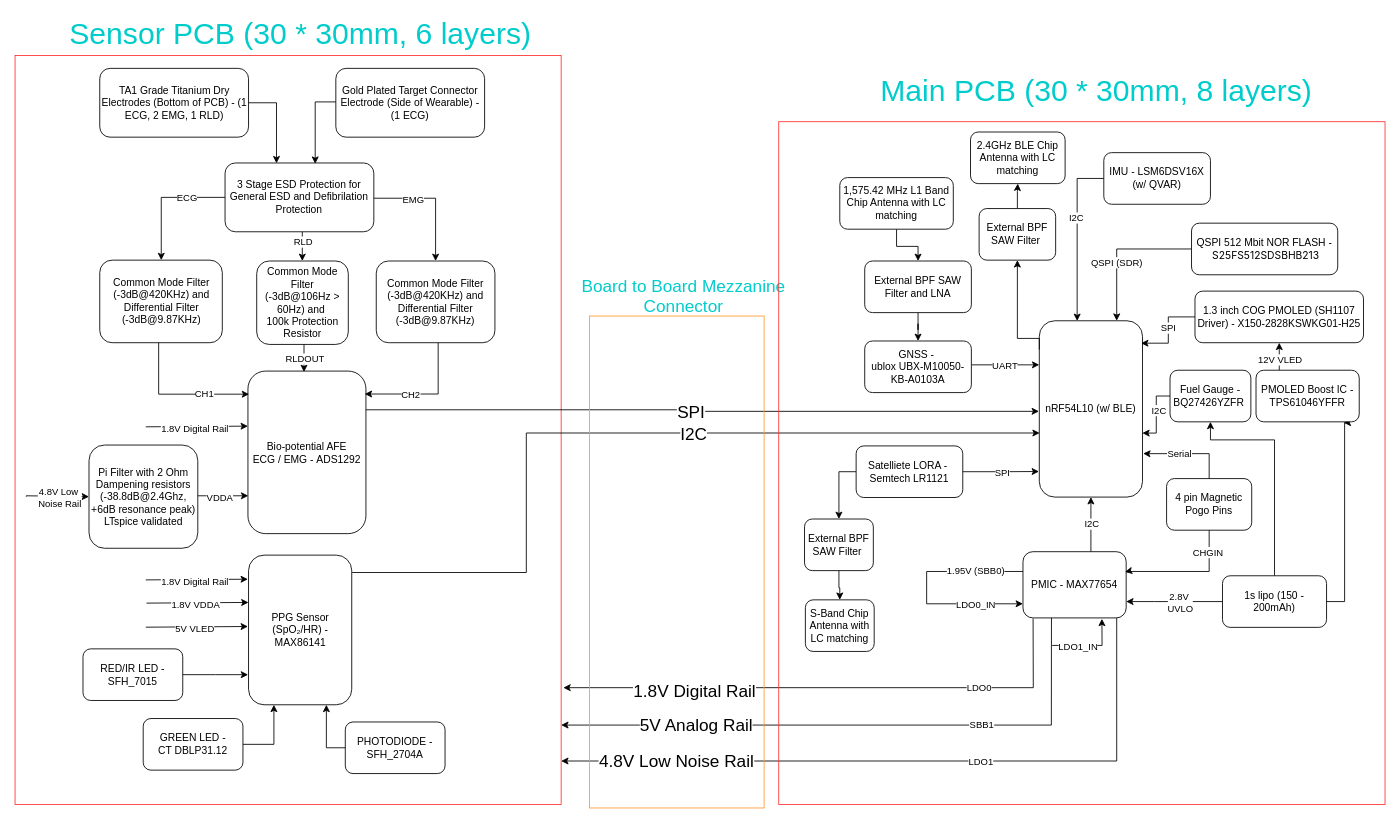
This is Design Docs/Wearable BioNode.drawio from gugan73715/Wearable-BioNode, a draw.io file, before an edit. Source tidied: cells renumbered, new cells numbered last; positions are measured from the earlier drawing's top-left corner, leaving out a move shared by most shapes. Both pictures are drawn from the tidied source at 86%, with x=0, y=0 at pixel (15, 20).
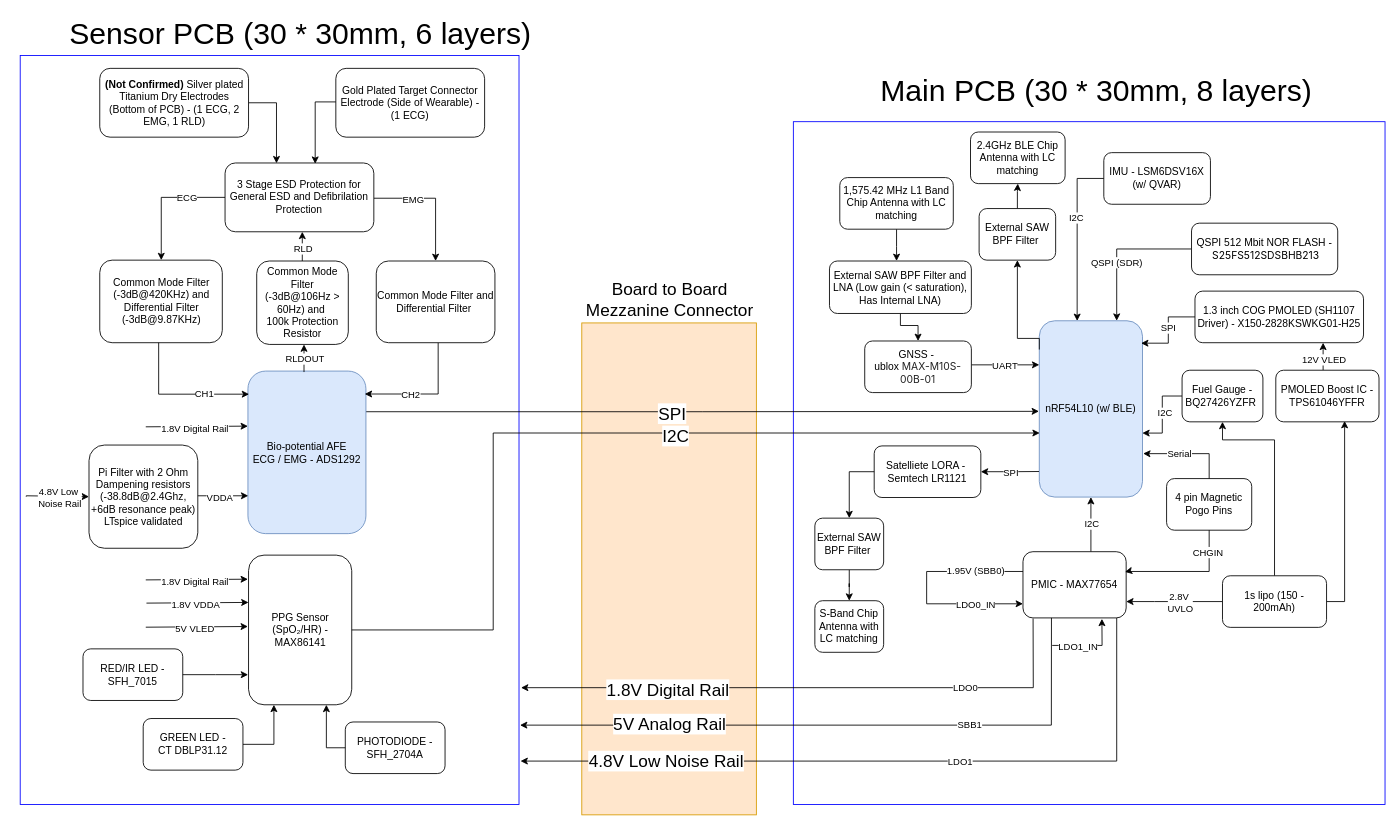
The same diagram, later.

Unchanged cells that the change refers to:
```xml
<mxCell id="6" value="PPG Sensor (SpO₂/HR) - MAX86141" style="rounded=1;whiteSpace=wrap;html=1;" parent="1" vertex="1">
  <mxGeometry x="271.5" y="622" width="120" height="174" as="geometry" />
</mxCell>
<mxCell id="14" value="1.3 inch COG PMOLED (SH1107 Driver) -&amp;nbsp;X150-2828KSWKG01-H25" style="rounded=1;whiteSpace=wrap;html=1;" parent="1" vertex="1">
  <mxGeometry x="1372" y="315" width="196" height="60" as="geometry" />
</mxCell>
<mxCell id="20" style="edgeStyle=elbowEdgeStyle;rounded=0;jettySize=auto;html=1;exitX=0.098;exitY=1.01;exitDx=0;exitDy=0;entryX=1.004;entryY=0.844;entryDx=0;entryDy=0;entryPerimeter=0;exitPerimeter=0;" parent="1" edge="1" source="28" target="2">
  <mxGeometry relative="1" as="geometry">
    <Array as="points">
      <mxPoint x="1184" y="737" />
    </Array>
  </mxGeometry>
</mxCell>
<mxCell id="28" value="PMIC - MAX77654" style="rounded=1;whiteSpace=wrap;html=1;" parent="1" vertex="1">
  <mxGeometry x="1172" y="618" width="120" height="77" as="geometry" />
</mxCell>
<mxCell id="33" value="1s lipo (150 - 200mAh)" style="rounded=1;whiteSpace=wrap;html=1;" parent="1" vertex="1">
  <mxGeometry x="1404" y="646" width="121" height="60" as="geometry" />
</mxCell>
<mxCell id="48" value="3 Stage ESD Protection for General ESD and Defibrilation Protection" style="rounded=1;whiteSpace=wrap;html=1;" parent="1" vertex="1">
  <mxGeometry x="244.2" y="166" width="173" height="80" as="geometry" />
</mxCell>
<mxCell id="53" value="Common Mode Filter (-3dB@106Hz &amp;gt; 60Hz) and&amp;nbsp;&lt;div&gt;100k Protection Resistor&lt;/div&gt;" style="rounded=1;whiteSpace=wrap;html=1;" parent="1" vertex="1">
  <mxGeometry x="281" y="280" width="106.5" height="97" as="geometry" />
</mxCell>
<mxCell id="100" value="1,575.42 MHz L1 Band Chip Antenna with LC matching" style="rounded=1;whiteSpace=wrap;html=1;" parent="1" vertex="1">
  <mxGeometry x="959" y="183" width="132" height="60" as="geometry" />
</mxCell>
```

What changed in the source:
```diff
@@
+    <mxCell id="114" style="rounded=0;whiteSpace=wrap;html=1;fillColor=#ffe6cc;fontSize=21;strokeColor=#d79b00;" parent="1" vertex="1">
+      <mxGeometry x="659" y="352" width="203" height="572" as="geometry" />
+    </mxCell>
+    <mxCell id="113" style="rounded=0;whiteSpace=wrap;html=1;fillColor=none;strokeColor=light-dark(#0000FF,#FFCC99);labelBorderColor=none;labelBackgroundColor=default;" parent="1" vertex="1">
+      <mxGeometry x="905" y="118" width="688" height="794" as="geometry" />
+    </mxCell>
-    <mxCell id="2" style="rounded=0;whiteSpace=wrap;html=1;fillColor=none;strokeColor=light-dark(#FF3333,#FFCC99);" parent="1" vertex="1">
-      <mxGeometry y="41" width="635" height="871" as="geometry" />
+    <mxCell id="2" style="rounded=0;whiteSpace=wrap;html=1;fillColor=none;strokeColor=light-dark(#0000FF,#FFCC99);" parent="1" vertex="1">
+      <mxGeometry x="6" y="41" width="580" height="871" as="geometry" />
     </mxCell>
-    <mxCell id="3" style="edgeStyle=elbowEdgeStyle;rounded=0;orthogonalLoop=1;jettySize=auto;html=1;entryX=-0.003;entryY=0.6;entryDx=0;entryDy=0;entryPerimeter=0;" parent="1" edge="1">
+    <mxCell id="3" style="edgeStyle=elbowEdgeStyle;rounded=0;jettySize=auto;html=1;entryX=-0.003;entryY=0.6;entryDx=0;entryDy=0;entryPerimeter=0;exitX=1;exitY=0.25;exitDx=0;exitDy=0;" parent="1" edge="1" source="5">
       <mxGeometry relative="1" as="geometry">
-        <mxPoint x="408" y="453" as="sourcePoint" />
         <mxPoint x="1190.6" y="454.8" as="targetPoint" />
       </mxGeometry>
     </mxCell>
     <mxCell id="4" value="SPI" style="edgeLabel;html=1;align=center;verticalAlign=middle;fontSize=20;" parent="3" vertex="1">
-      <mxGeometry x="-0.04" y="-1" relative="1" as="geometry" />
+      <mxGeometry x="-0.04" y="-1" relative="1" as="geometry">
+        <mxPoint x="-21" as="offset" />
+      </mxGeometry>
     </mxCell>
-    <mxCell id="5" value="Bio-potential AFE&lt;div&gt;ECG / EMG -&amp;nbsp;ADS1292&lt;/div&gt;" style="rounded=1;whiteSpace=wrap;html=1;" parent="1" vertex="1">
+    <mxCell id="5" value="Bio-potential AFE&lt;div&gt;ECG / EMG -&amp;nbsp;ADS1292&lt;/div&gt;" style="rounded=1;whiteSpace=wrap;html=1;fillColor=#dae8fc;strokeColor=#6c8ebf;" parent="1" vertex="1">
       <mxGeometry x="270.8" y="408" width="137.2" height="189" as="geometry" />
     </mxCell>
@@
-    <mxCell id="8" value="TA1 Grade Titanium Dry Electrodes (Bottom of PCB) - (1 ECG, 2 EMG, 1 RLD)" style="rounded=1;whiteSpace=wrap;html=1;" parent="1" vertex="1">
+    <mxCell id="8" value="&lt;b&gt;(Not Confirmed) &lt;/b&gt;Silver plated Titanium Dry Electrodes (Bottom of PCB) - (1 ECG, 2 EMG, 1 RLD)" style="rounded=1;whiteSpace=wrap;html=1;" parent="1" vertex="1">
       <mxGeometry x="98.5" y="56" width="173" height="80" as="geometry" />
     </mxCell>
-    <mxCell id="9" value="nRF54L10 (w/ BLE)" style="rounded=1;whiteSpace=wrap;html=1;" parent="1" vertex="1">
+    <mxCell id="9" value="nRF54L10 (w/ BLE)" style="rounded=1;whiteSpace=wrap;html=1;fillColor=#dae8fc;strokeColor=#6c8ebf;" parent="1" vertex="1">
       <mxGeometry x="1191" y="349.5" width="120" height="205" as="geometry" />
     </mxCell>
@@
     <mxCell id="21" value="1.8V Digital Rail" style="edgeLabel;html=1;align=center;verticalAlign=middle;fontSize=20;" parent="20" vertex="1">
       <mxGeometry x="0.76" y="1" relative="1" as="geometry">
-        <mxPoint x="77" y="1" as="offset" />
+        <mxPoint x="89" as="offset" />
       </mxGeometry>
     </mxCell>
@@
-    <mxCell id="23" style="edgeStyle=elbowEdgeStyle;rounded=0;orthogonalLoop=1;jettySize=auto;html=1;exitX=0.999;exitY=0.797;exitDx=0;exitDy=0;exitPerimeter=0;entryX=1.005;entryY=0.94;entryDx=0;entryDy=0;entryPerimeter=0;" parent="1" edge="1">
+    <mxCell id="23" style="edgeStyle=elbowEdgeStyle;rounded=0;jettySize=auto;html=1;exitX=0.999;exitY=0.797;exitDx=0;exitDy=0;exitPerimeter=0;entryX=1.003;entryY=0.942;entryDx=0;entryDy=0;entryPerimeter=0;" parent="1" edge="1" target="2">
       <mxGeometry relative="1" as="geometry">
         <mxPoint x="1209.7" y="679" as="sourcePoint" />
-        <mxPoint x="635" y="861.4" as="targetPoint" />
         <Array as="points">
           <mxPoint x="1281" y="771" />
         </Array>
       </mxGeometry>
     </mxCell>
     <mxCell id="24" value="4.8V Low Noise Rail" style="edgeLabel;html=1;align=center;verticalAlign=middle;fontSize=20;" parent="23" vertex="1">
       <mxGeometry x="0.29" y="-1" relative="1" as="geometry">
-        <mxPoint x="-186" as="offset" />
+        <mxPoint x="-167" as="offset" />
       </mxGeometry>
     </mxCell>
@@
-    <mxCell id="31" style="edgeStyle=elbowEdgeStyle;rounded=0;jettySize=auto;html=1;" parent="1" edge="1" source="33">
+    <mxCell id="31" style="edgeStyle=elbowEdgeStyle;rounded=0;jettySize=auto;html=1;entryX=0.665;entryY=0.983;entryDx=0;entryDy=0;entryPerimeter=0;" parent="1" edge="1" source="33" target="36">
       <mxGeometry relative="1" as="geometry">
-        <mxPoint x="1545" y="468" as="targetPoint" />
         <Array as="points">
           <mxPoint x="1546" y="562" />
         </Array>
       </mxGeometry>
     </mxCell>
     <mxCell id="32" style="edgeStyle=orthogonalEdgeStyle;rounded=0;jettySize=auto;html=1;entryX=0.5;entryY=1;entryDx=0;entryDy=0;" parent="1" edge="1" source="33" target="57">
       <mxGeometry relative="1" as="geometry">
         <Array as="points">
           <mxPoint x="1465" y="488" />
-          <mxPoint x="1390" y="488" />
+          <mxPoint x="1404" y="488" />
         </Array>
       </mxGeometry>
     </mxCell>
@@
-    <mxCell id="34" style="edgeStyle=elbowEdgeStyle;rounded=0;jettySize=auto;html=1;entryX=0.5;entryY=1;entryDx=0;entryDy=0;" parent="1" edge="1" source="36" target="14">
-      <mxGeometry relative="1" as="geometry" />
+    <mxCell id="34" style="edgeStyle=elbowEdgeStyle;rounded=0;orthogonalLoop=1;jettySize=auto;html=1;entryX=0.5;entryY=1;entryDx=0;entryDy=0;" parent="1" edge="1">
+      <mxGeometry relative="1" as="geometry">
+        <mxPoint x="1521" y="407" as="sourcePoint" />
+        <mxPoint x="1521" y="375" as="targetPoint" />
+      </mxGeometry>
     </mxCell>
@@
     <mxCell id="36" value="PMOLED Boost IC -TPS61046YFFR" style="rounded=1;whiteSpace=wrap;html=1;" parent="1" vertex="1">
-      <mxGeometry x="1443" y="407" width="120" height="60" as="geometry" />
+      <mxGeometry x="1466" y="407" width="120" height="60" as="geometry" />
     </mxCell>
@@
-    <mxCell id="44" style="edgeStyle=elbowEdgeStyle;rounded=0;jettySize=auto;html=1;entryX=0.5;entryY=0;entryDx=0;entryDy=0;" parent="1" edge="1" source="48" target="53">
+    <mxCell id="44" style="edgeStyle=elbowEdgeStyle;rounded=0;jettySize=auto;html=1;entryX=0.5;entryY=0;entryDx=0;entryDy=0;startArrow=classic;startFill=1;endArrow=none;endFill=0;" parent="1" edge="1" source="48" target="53">
       <mxGeometry relative="1" as="geometry" />
     </mxCell>
     <mxCell id="45" value="RLD" style="edgeLabel;html=1;align=center;verticalAlign=middle;" parent="44" vertex="1">
-      <mxGeometry x="-0.37" relative="1" as="geometry" />
+      <mxGeometry x="-0.37" relative="1" as="geometry">
+        <mxPoint y="8" as="offset" />
+      </mxGeometry>
     </mxCell>
@@
-    <mxCell id="52" value="Common Mode Filter (-3dB@420KHz) and Differential Filter (-3dB@9.87KHz)" style="rounded=1;whiteSpace=wrap;html=1;" parent="1" vertex="1">
+    <mxCell id="52" value="Common Mode Filter and Differential Filter&amp;nbsp;" style="rounded=1;whiteSpace=wrap;html=1;" parent="1" vertex="1">
       <mxGeometry x="420" y="280" width="138" height="95" as="geometry" />
     </mxCell>
@@
     <mxCell id="57" value="Fuel Gauge -&lt;div&gt;BQ27426YZFR&lt;span style=&quot;background-color: transparent; color: light-dark(rgb(0, 0, 0), rgb(255, 255, 255));&quot;&gt;&amp;nbsp;&lt;/span&gt;&lt;/div&gt;" style="rounded=1;whiteSpace=wrap;html=1;" parent="1" vertex="1">
-      <mxGeometry x="1343" y="407" width="94" height="60" as="geometry" />
+      <mxGeometry x="1357" y="407" width="94" height="60" as="geometry" />
     </mxCell>
-    <mxCell id="58" style="edgeStyle=elbowEdgeStyle;rounded=0;orthogonalLoop=1;jettySize=auto;html=1;elbow=horizontal;exitX=1;exitY=0.25;exitDx=0;exitDy=0;entryX=0;entryY=0.75;entryDx=0;entryDy=0;" parent="1" edge="1">
+    <mxCell id="58" style="edgeStyle=elbowEdgeStyle;rounded=0;jettySize=auto;html=1;elbow=horizontal;exitX=1;exitY=0.5;exitDx=0;exitDy=0;entryX=0;entryY=0.75;entryDx=0;entryDy=0;" parent="1" edge="1" source="6">
       <mxGeometry relative="1" as="geometry">
-        <mxPoint x="392" y="642.2" as="sourcePoint" />
         <mxPoint x="1191.5" y="480" as="targetPoint" />
         <Array as="points">
-          <mxPoint x="594.5" y="517.8" />
+          <mxPoint x="556" y="594" />
         </Array>
       </mxGeometry>
     </mxCell>
     <mxCell id="59" value="I2C" style="edgeLabel;html=1;align=center;verticalAlign=middle;fontSize=20;" parent="58" vertex="1">
       <mxGeometry x="0.11" y="3" relative="1" as="geometry">
-        <mxPoint x="25" y="3" as="offset" />
+        <mxPoint x="34" y="5" as="offset" />
       </mxGeometry>
     </mxCell>
@@
-    <mxCell id="68" style="edgeStyle=elbowEdgeStyle;rounded=0;jettySize=auto;html=1;entryX=0.475;entryY=0.006;entryDx=0;entryDy=0;entryPerimeter=0;" parent="1" edge="1" source="53" target="5">
+    <mxCell id="68" style="edgeStyle=elbowEdgeStyle;rounded=0;jettySize=auto;html=1;entryX=0.475;entryY=0.006;entryDx=0;entryDy=0;entryPerimeter=0;startArrow=classic;startFill=1;endArrow=none;endFill=0;" parent="1" edge="1" source="53" target="5">
       <mxGeometry relative="1" as="geometry" />
     </mxCell>
@@
-    <mxCell id="72" style="edgeStyle=elbowEdgeStyle;rounded=0;jettySize=auto;html=1;entryX=1.007;entryY=0.883;entryDx=0;entryDy=0;entryPerimeter=0;exitX=0.276;exitY=1;exitDx=0;exitDy=0;exitPerimeter=0;" parent="1" edge="1" source="28">
+    <mxCell id="72" style="edgeStyle=elbowEdgeStyle;rounded=0;jettySize=auto;html=1;entryX=1.002;entryY=0.894;entryDx=0;entryDy=0;entryPerimeter=0;exitX=0.276;exitY=1;exitDx=0;exitDy=0;exitPerimeter=0;" parent="1" edge="1" source="28" target="2">
       <mxGeometry relative="1" as="geometry">
-        <mxPoint x="635" y="819.6" as="targetPoint" />
         <Array as="points">
           <mxPoint x="1205" y="768" />
         </Array>
       </mxGeometry>
     </mxCell>
     <mxCell id="73" value="5V Analog Rail" style="edgeLabel;html=1;align=center;verticalAlign=middle;fontSize=20;" parent="72" vertex="1">
       <mxGeometry x="-0.1" relative="1" as="geometry">
-        <mxPoint x="-225" y="-1" as="offset" />
+        <mxPoint x="-235" y="-2" as="offset" />
       </mxGeometry>
     </mxCell>
@@
-    <mxCell id="82" value="GNSS -&amp;nbsp;&lt;div&gt;ublox UBX-M10050-KB-A0103A&lt;/div&gt;" style="rounded=1;whiteSpace=wrap;html=1;" parent="1" vertex="1">
+    <mxCell id="82" value="&lt;font&gt;GNSS -&amp;nbsp;&lt;/font&gt;&lt;div&gt;&lt;font&gt;ublox&amp;nbsp;&lt;span style=&quot;background-color: rgb(255, 255, 255); color: rgb(34, 34, 34); font-family: Inter, &amp;quot;Microsoft YaHei&amp;quot;, PingFangSC, PingFangSC-Semibold, notosans; text-align: start;&quot;&gt;&lt;font style=&quot;&quot;&gt;MAX-M10S-00B-01&lt;/font&gt;&lt;/span&gt;&lt;/font&gt;&lt;/div&gt;" style="rounded=1;whiteSpace=wrap;html=1;fontSize=12;" parent="1" vertex="1">
       <mxGeometry x="988" y="373" width="124" height="60" as="geometry" />
     </mxCell>
-    <mxCell id="83" value="Main PCB (30 * 30mm, 8 layers)" style="text;html=1;whiteSpace=wrap;strokeColor=none;fillColor=none;align=center;verticalAlign=middle;rounded=0;fontSize=35;fontColor=#00CCCC;" parent="1" vertex="1">
+    <mxCell id="83" value="Main PCB (30 * 30mm, 8 layers)" style="text;html=1;whiteSpace=wrap;strokeColor=none;fillColor=none;align=center;verticalAlign=middle;rounded=0;fontSize=35;fontColor=#000000;" parent="1" vertex="1">
       <mxGeometry x="1001" y="67" width="513" height="30" as="geometry" />
     </mxCell>
-    <mxCell id="84" value="Sensor PCB (30 * 30mm, 6 layers)" style="text;html=1;whiteSpace=wrap;strokeColor=none;fillColor=none;align=center;verticalAlign=middle;rounded=0;fontSize=35;fontColor=#00CCCC;" parent="1" vertex="1">
+    <mxCell id="84" value="Sensor PCB (30 * 30mm, 6 layers)" style="text;html=1;whiteSpace=wrap;strokeColor=none;fillColor=none;align=center;verticalAlign=middle;rounded=0;fontSize=35;fontColor=#000000;" parent="1" vertex="1">
       <mxGeometry x="14.5" width="634" height="30" as="geometry" />
     </mxCell>
@@
-    <mxCell id="92" style="rounded=0;whiteSpace=wrap;html=1;fillColor=none;fontSize=21;fontColor=light-dark(#000000,#00E170);strokeColor=light-dark(#FF9933,#66FF66);" parent="1" vertex="1">
-      <mxGeometry x="668" y="344" width="203" height="572" as="geometry" />
-    </mxCell>
-    <mxCell id="93" value="Board to Board Mezzanine Connector" style="text;html=1;whiteSpace=wrap;strokeColor=none;fillColor=none;align=center;verticalAlign=middle;rounded=0;fontSize=20;fontColor=#00CCCC;" parent="1" vertex="1">
-      <mxGeometry x="656" y="305" width="243" height="30" as="geometry" />
+    <mxCell id="93" value="Board to Board Mezzanine Connector" style="text;html=1;whiteSpace=wrap;strokeColor=none;fillColor=none;align=center;verticalAlign=middle;rounded=0;fontSize=20;fontColor=#000000;" parent="1" vertex="1">
+      <mxGeometry x="651" y="309" width="221" height="30" as="geometry" />
     </mxCell>
     <mxCell id="94" value="Satelliete LORA -&amp;nbsp;&lt;div&gt;Semtech LR1121&lt;/div&gt;" style="rounded=1;whiteSpace=wrap;html=1;" parent="1" vertex="1">
-      <mxGeometry x="978" y="495" width="124" height="60" as="geometry" />
+      <mxGeometry x="999" y="495" width="124" height="60" as="geometry" />
     </mxCell>
-    <mxCell id="95" style="edgeStyle=orthogonalEdgeStyle;rounded=0;jettySize=auto;html=1;entryX=-0.003;entryY=0.855;entryDx=0;entryDy=0;entryPerimeter=0;" parent="1" edge="1" source="94" target="9">
+    <mxCell id="95" style="edgeStyle=orthogonalEdgeStyle;rounded=0;jettySize=auto;html=1;entryX=-0.003;entryY=0.855;entryDx=0;entryDy=0;entryPerimeter=0;startArrow=classic;startFill=1;endArrow=none;endFill=0;" parent="1" edge="1" source="94" target="9">
       <mxGeometry relative="1" as="geometry" />
     </mxCell>
@@
     <mxCell id="97" style="edgeStyle=orthogonalEdgeStyle;rounded=0;jettySize=auto;html=1;entryX=0.5;entryY=0;entryDx=0;entryDy=0;" parent="1" edge="1" source="98" target="82">
-      <mxGeometry relative="1" as="geometry" />
+      <mxGeometry relative="1" as="geometry">
+        <Array as="points">
+          <mxPoint x="1030" y="355" />
+          <mxPoint x="1050" y="355" />
+        </Array>
+      </mxGeometry>
     </mxCell>
-    <mxCell id="98" value="External BPF SAW Filter and LNA" style="rounded=1;whiteSpace=wrap;html=1;" parent="1" vertex="1">
-      <mxGeometry x="988" y="280" width="124" height="60" as="geometry" />
+    <mxCell id="98" value="External SAW BPF Filter and LNA (Low gain (&amp;lt; saturation), Has Internal LNA)" style="rounded=1;whiteSpace=wrap;html=1;" parent="1" vertex="1">
+      <mxGeometry x="947" y="280" width="165" height="61" as="geometry" />
     </mxCell>
-    <mxCell id="99" style="edgeStyle=orthogonalEdgeStyle;rounded=0;jettySize=auto;html=1;entryX=0.5;entryY=0;entryDx=0;entryDy=0;" parent="1" edge="1" source="100" target="98">
-      <mxGeometry relative="1" as="geometry" />
+    <mxCell id="99" style="edgeStyle=orthogonalEdgeStyle;rounded=0;jettySize=auto;html=1;" parent="1" edge="1" source="100">
+      <mxGeometry relative="1" as="geometry">
+        <mxPoint x="1025" y="280" as="targetPoint" />
+      </mxGeometry>
     </mxCell>
@@
-    <mxCell id="102" value="External BPF SAW Filter&amp;nbsp;" style="rounded=1;whiteSpace=wrap;html=1;" parent="1" vertex="1">
+    <mxCell id="102" value="External SAW BPF Filter&amp;nbsp;" style="rounded=1;whiteSpace=wrap;html=1;" parent="1" vertex="1">
       <mxGeometry x="1121" y="219" width="89" height="60" as="geometry" />
     </mxCell>
@@
-    <mxCell id="111" value="External BPF SAW Filter&amp;nbsp;" style="rounded=1;whiteSpace=wrap;html=1;" parent="1" vertex="1">
-      <mxGeometry x="918" y="580" width="80" height="60" as="geometry" />
+    <mxCell id="111" value="External SAW BPF Filter&amp;nbsp;" style="rounded=1;whiteSpace=wrap;html=1;" parent="1" vertex="1">
+      <mxGeometry x="930" y="579" width="80" height="60" as="geometry" />
     </mxCell>
     <mxCell id="112" value="S-Band Chip Antenna with LC matching" style="rounded=1;whiteSpace=wrap;html=1;" parent="1" vertex="1">
-      <mxGeometry x="919" y="674" width="80" height="60" as="geometry" />
+      <mxGeometry x="930" y="675" width="80" height="60" as="geometry" />
     </mxCell>
-    <mxCell id="113" style="rounded=0;whiteSpace=wrap;html=1;fillColor=none;strokeColor=light-dark(#FF3333,#FFCC99);" parent="1" vertex="1">
-      <mxGeometry x="888" y="118" width="705" height="794" as="geometry" />
-    </mxCell>
```
